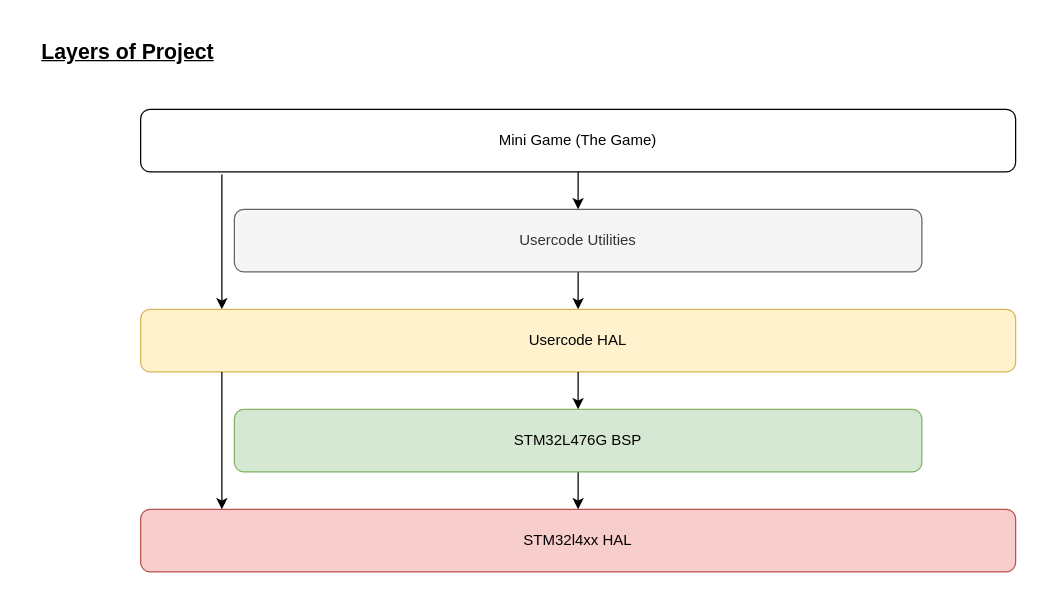
Kraego/STM32-Minigame keeps this draw.io diagram as doc/Minigame_Structure.drawio. Above is the earlier version. Source tidied: cells renumbered, new cells numbered last; positions are measured from the earlier drawing's top-left corner, leaving out a move shared by most shapes. Both pictures are drawn from the tidied source at 125%, with x=0, y=0 at pixel (21, 21).
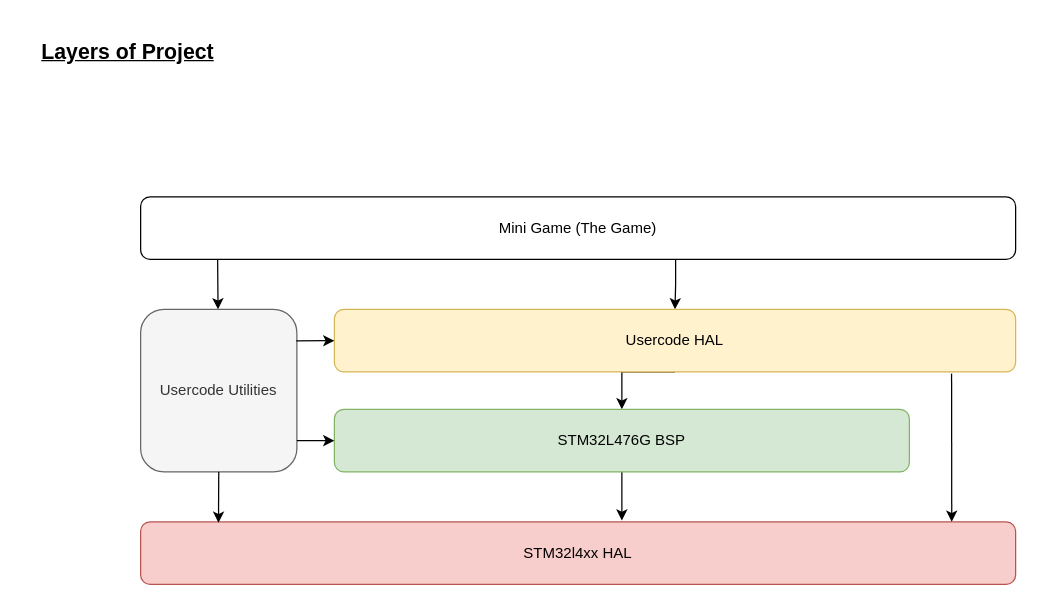
The same diagram, later.

Diff of the diagram source:
```diff
@@
     <mxCell id="2" value="STM32l4xx HAL" style="rounded=1;whiteSpace=wrap;html=1;fillColor=#f8cecc;strokeColor=#b85450;" parent="1" vertex="1">
-      <mxGeometry x="95" y="390" width="700" height="50" as="geometry" />
+      <mxGeometry x="95" y="400" width="700" height="50" as="geometry" />
     </mxCell>
-    <mxCell id="3" style="edgeStyle=orthogonalEdgeStyle;rounded=0;jettySize=auto;html=1;exitX=0.5;exitY=1;exitDx=0;exitDy=0;entryX=0.5;entryY=0;entryDx=0;entryDy=0;fontSize=17;" parent="1" edge="1" source="4" target="10">
-      <mxGeometry relative="1" as="geometry" />
-    </mxCell>
     <mxCell id="4" value="Usercode Utilities" style="rounded=1;whiteSpace=wrap;html=1;fillColor=#f5f5f5;strokeColor=#666666;fontColor=#333333;" parent="1" vertex="1">
-      <mxGeometry x="170" y="150" width="550" height="50" as="geometry" />
+      <mxGeometry x="95" y="230" width="125" height="130" as="geometry" />
     </mxCell>
-    <mxCell id="5" style="edgeStyle=orthogonalEdgeStyle;rounded=0;jettySize=auto;html=1;exitX=0.5;exitY=1;exitDx=0;exitDy=0;entryX=0.5;entryY=0;entryDx=0;entryDy=0;fontSize=17;" parent="1" edge="1" source="6" target="4">
-      <mxGeometry relative="1" as="geometry" />
-    </mxCell>
+    <mxCell id="14" style="edgeStyle=orthogonalEdgeStyle;rounded=0;jettySize=auto;html=1;exitX=0.5;exitY=1;exitDx=0;exitDy=0;entryX=0.5;entryY=0;entryDx=0;entryDy=0;" parent="1" edge="1" source="6" target="10">
+      <mxGeometry relative="1" as="geometry">
+        <Array as="points">
+          <mxPoint x="523" y="190" />
+          <mxPoint x="523" y="210" />
+        </Array>
+      </mxGeometry>
+    </mxCell>
     <mxCell id="6" value="Mini Game (The Game)" style="rounded=1;whiteSpace=wrap;html=1;" parent="1" vertex="1">
-      <mxGeometry x="95" y="70" width="700" height="50" as="geometry" />
+      <mxGeometry x="95" y="140" width="700" height="50" as="geometry" />
     </mxCell>
@@
-    <mxCell id="8" style="endArrow=classic;html=1;fontSize=17;" parent="1" edge="1">
-      <mxGeometry relative="1" as="geometry">
-        <mxPoint x="160" y="122" as="sourcePoint" />
-        <mxPoint x="160" y="230" as="targetPoint" />
-        <Array as="points">
-          <mxPoint x="160" y="170" />
-        </Array>
-      </mxGeometry>
-    </mxCell>
-    <mxCell id="9" style="edgeStyle=orthogonalEdgeStyle;rounded=0;jettySize=auto;html=1;fontSize=17;" parent="1" edge="1" source="11" target="2">
+    <mxCell id="9" style="edgeStyle=orthogonalEdgeStyle;rounded=0;jettySize=auto;html=1;fontSize=17;entryX=0.55;entryY=-0.02;entryDx=0;entryDy=0;entryPerimeter=0;" parent="1" edge="1" source="11" target="2">
       <mxGeometry relative="1" as="geometry" />
     </mxCell>
+    <mxCell id="12" style="edgeStyle=orthogonalEdgeStyle;rounded=0;jettySize=auto;html=1;exitX=0.5;exitY=1;exitDx=0;exitDy=0;entryX=0.5;entryY=0;entryDx=0;entryDy=0;" parent="1" edge="1" source="10" target="11">
+      <mxGeometry relative="1" as="geometry">
+        <Array as="points">
+          <mxPoint x="480" y="280" />
+        </Array>
+      </mxGeometry>
+    </mxCell>
     <mxCell id="10" value="Usercode HAL" style="rounded=1;whiteSpace=wrap;html=1;fillColor=#fff2cc;strokeColor=#d6b656;" parent="1" vertex="1">
-      <mxGeometry x="95" y="230" width="700" height="50" as="geometry" />
+      <mxGeometry x="250" y="230" width="545" height="50" as="geometry" />
     </mxCell>
     <mxCell id="11" value="STM32L476G BSP" style="rounded=1;whiteSpace=wrap;html=1;fillColor=#d5e8d4;strokeColor=#82b366;" parent="1" vertex="1">
-      <mxGeometry x="170" y="310" width="550" height="50" as="geometry" />
+      <mxGeometry x="250" y="310" width="460" height="50" as="geometry" />
     </mxCell>
-    <mxCell id="12" style="endArrow=classic;html=1;fontSize=17;" parent="1" edge="1" source="10" target="11">
-      <mxGeometry x="300" y="460" as="geometry" />
-    </mxCell>
-    <mxCell id="13" style="endArrow=classic;html=1;fontSize=17;" parent="1" edge="1">
-      <mxGeometry x="300" y="460" as="geometry">
-        <mxPoint x="160" y="280" as="sourcePoint" />
-        <mxPoint x="160" y="390" as="targetPoint" />
-      </mxGeometry>
-    </mxCell>
+    <mxCell id="15" style="endArrow=classic;html=1;" parent="1" edge="1">
+      <mxGeometry relative="1" as="geometry">
+        <mxPoint x="220" y="335" as="sourcePoint" />
+        <mxPoint x="250" y="335" as="targetPoint" />
+      </mxGeometry>
+    </mxCell>
+    <mxCell id="16" style="endArrow=classic;html=1;exitX=0.5;exitY=1;exitDx=0;exitDy=0;entryX=0.089;entryY=0.014;entryDx=0;entryDy=0;entryPerimeter=0;" parent="1" edge="1" source="4" target="2">
+      <mxGeometry relative="1" as="geometry">
+        <Array as="points">
+          <mxPoint x="157" y="360" />
+        </Array>
+      </mxGeometry>
+    </mxCell>
+    <mxCell id="3" style="endArrow=classic;html=1;exitX=0.996;exitY=0.194;exitDx=0;exitDy=0;entryX=0;entryY=0.5;entryDx=0;entryDy=0;exitPerimeter=0;" parent="1" edge="1" source="4" target="10">
+      <mxGeometry relative="1" as="geometry">
+        <Array as="points">
+          <mxPoint x="220" y="255" />
+        </Array>
+      </mxGeometry>
+    </mxCell>
+    <mxCell id="5" style="endArrow=classic;html=1;exitX=0.088;exitY=0.996;exitDx=0;exitDy=0;exitPerimeter=0;" parent="1" edge="1" source="6" target="4">
+      <mxGeometry relative="1" as="geometry" />
+    </mxCell>
+    <mxCell id="17" style="endArrow=classic;html=1;exitX=0.906;exitY=1.028;exitDx=0;exitDy=0;exitPerimeter=0;entryX=0.927;entryY=0;entryDx=0;entryDy=0;entryPerimeter=0;" parent="1" edge="1" source="10" target="2">
+      <mxGeometry relative="1" as="geometry" />
+    </mxCell>
```
